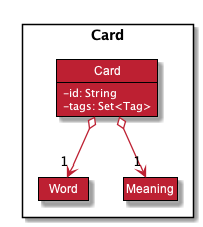
This is docs/images/CardDiagram.png from nus-cs2103-AY1920S1/addressbook-level3, a PlantUML export, as it was before one commit.
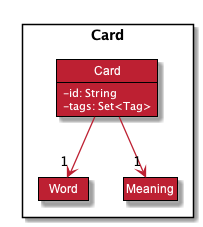
The same file after the commit.

Diff of the diagram source:
```diff
@@ -70,8 +70,8 @@
 Class Meaning
 }
 
-Card o--> "1" Word
-Card o--> "1" Meaning
+Card --> "1" Word
+Card --> "1" Meaning
 
 Meaning *-LEFT[hidden]-> Word
 @enduml
```
